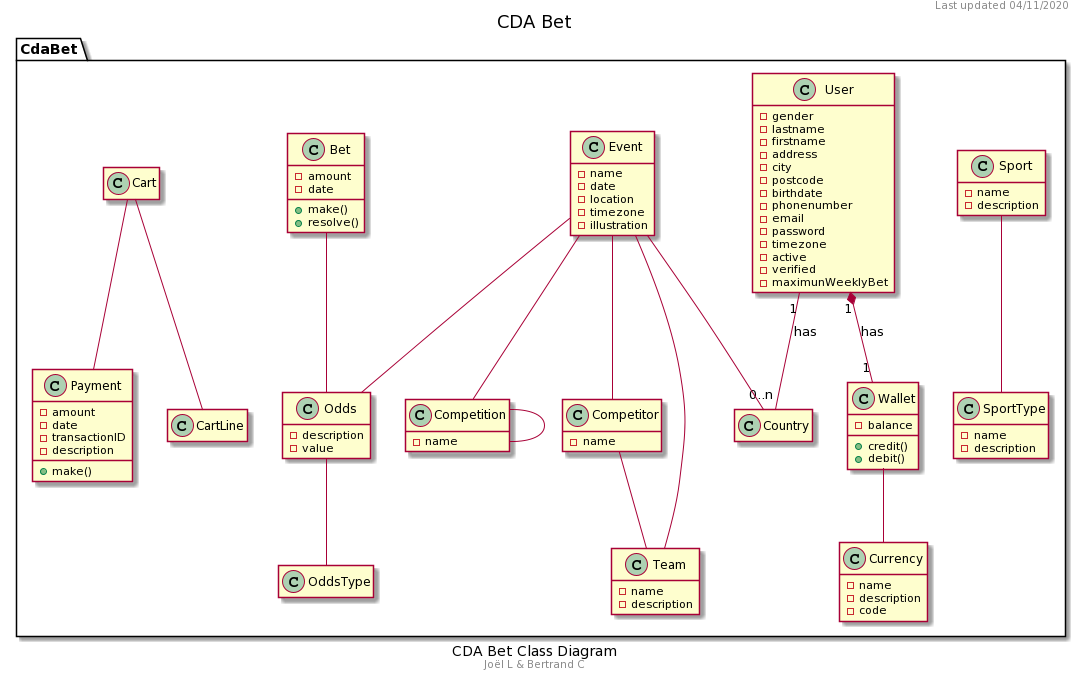
Above: docs/diagrams/export/CDA Bet Class Diagram.png in OFP-CDA-Mulhouse-2020/parisportif1 (PlantUML), before the change.
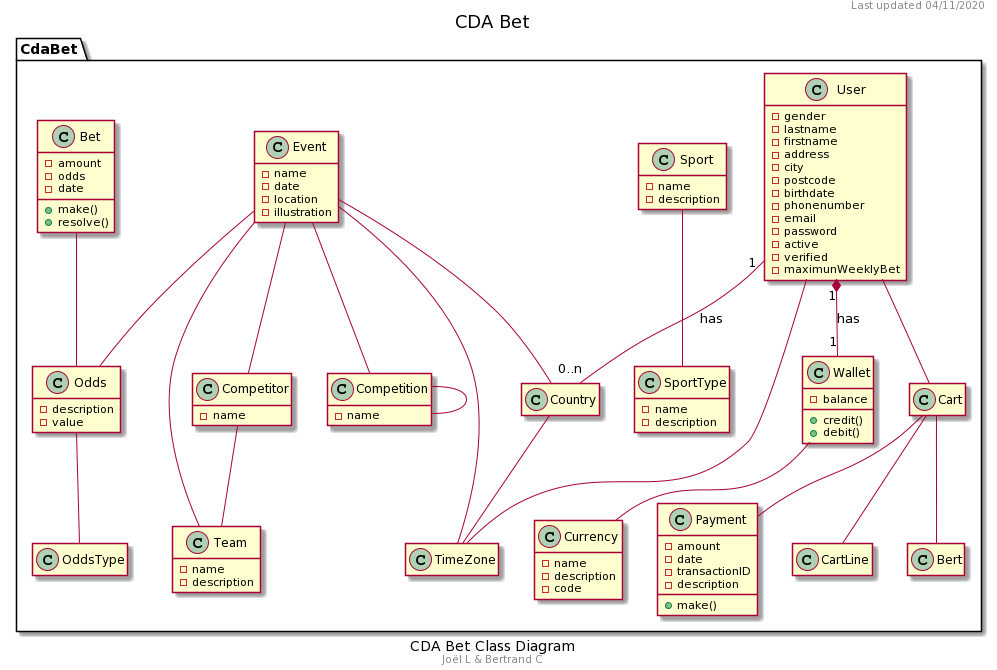
The same file after the commit.

Commit message:
Mandatory commit; class diagram and mind map update

Diff of the diagram source:
```diff
@@ -17,7 +17,6 @@
         -phonenumber
         -email
         -password
-        -timezone
         -active
         -verified
         -maximunWeeklyBet
@@ -25,6 +24,10 @@
 
     class Country{
     }
+
+    class TimeZone{
+    }
+
 
     class Currency {
         -name
@@ -69,7 +72,6 @@
         -name
         -date
         -location
-        -timezone
         -illustration
     }
 
@@ -87,6 +89,7 @@
 
     class Bet {
         -amount
+        -odds
         -date
         +make()
         +resolve()
@@ -100,6 +103,8 @@
 
     User "1" *-- "1" Wallet : has
     User "1" -- "0..n" Country : has
+    User -- TimeZone
+    Country -- TimeZone
     Wallet -- Currency
     Sport -- SportType
     Competitor -- Team
@@ -113,5 +118,8 @@
     Event -- Competitor
     Event -- Team
     Event -- Country
+    Event -- TimeZone
+    User -- Cart
+    Cart -- Bert
 }
 @enduml
```
